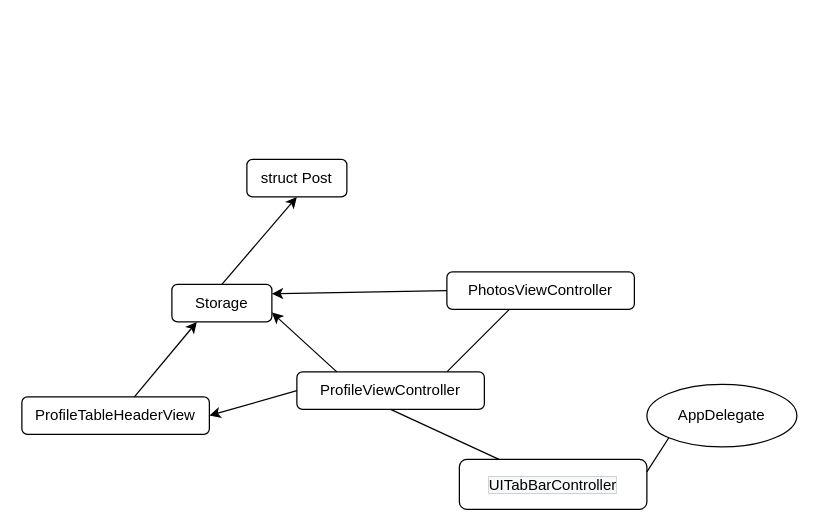
Fox-x-x/Industrial keeps this draw.io diagram as Untitled Diagram.drawio. Above is the earlier version. Source tidied: cells renumbered, new cells numbered last; positions are measured from the earlier drawing's top-left corner, leaving out a move shared by most shapes. Both pictures are drawn from the tidied source at 125%, with x=0, y=0 at pixel (21, 159).
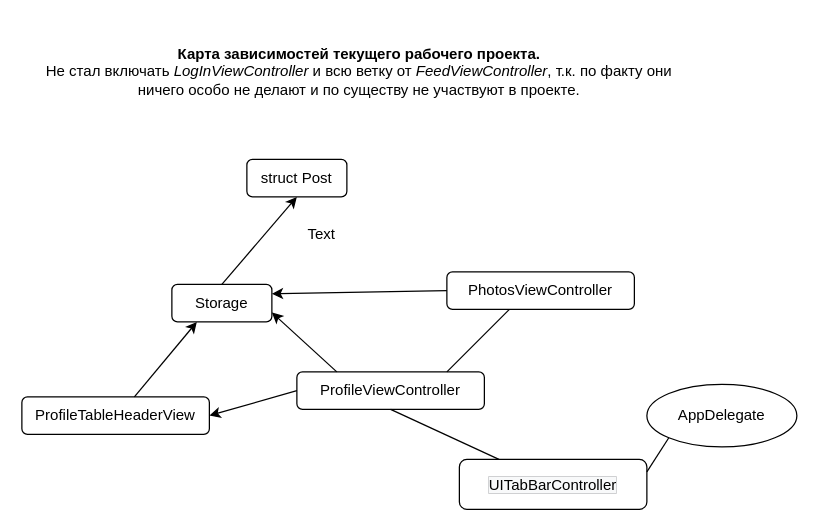
After the change.

The edit, as a diff of the source:
```diff
@@
+    <mxCell id="17" value="Text" style="text;html=1;strokeColor=none;fillColor=none;align=center;verticalAlign=middle;whiteSpace=wrap;rounded=0;" parent="1" vertex="1">
+      <mxGeometry x="220" y="50" width="40" height="20" as="geometry" />
+    </mxCell>
+    <mxCell id="18" value="&lt;b&gt;Карта зависимостей текущего рабочего проекта.&lt;/b&gt;&lt;br&gt;Не стал включать&amp;nbsp;&lt;i&gt;LogInViewController&lt;/i&gt; и всю ветку от &lt;i&gt;FeedViewController&lt;/i&gt;, т.к. по факту они ничего особо не делают и по существу не участвуют в проекте." style="text;html=1;strokeColor=none;fillColor=none;align=center;verticalAlign=middle;whiteSpace=wrap;rounded=0;" parent="1" vertex="1">
+      <mxGeometry y="-110" width="540" height="80" as="geometry" />
+    </mxCell>
```
